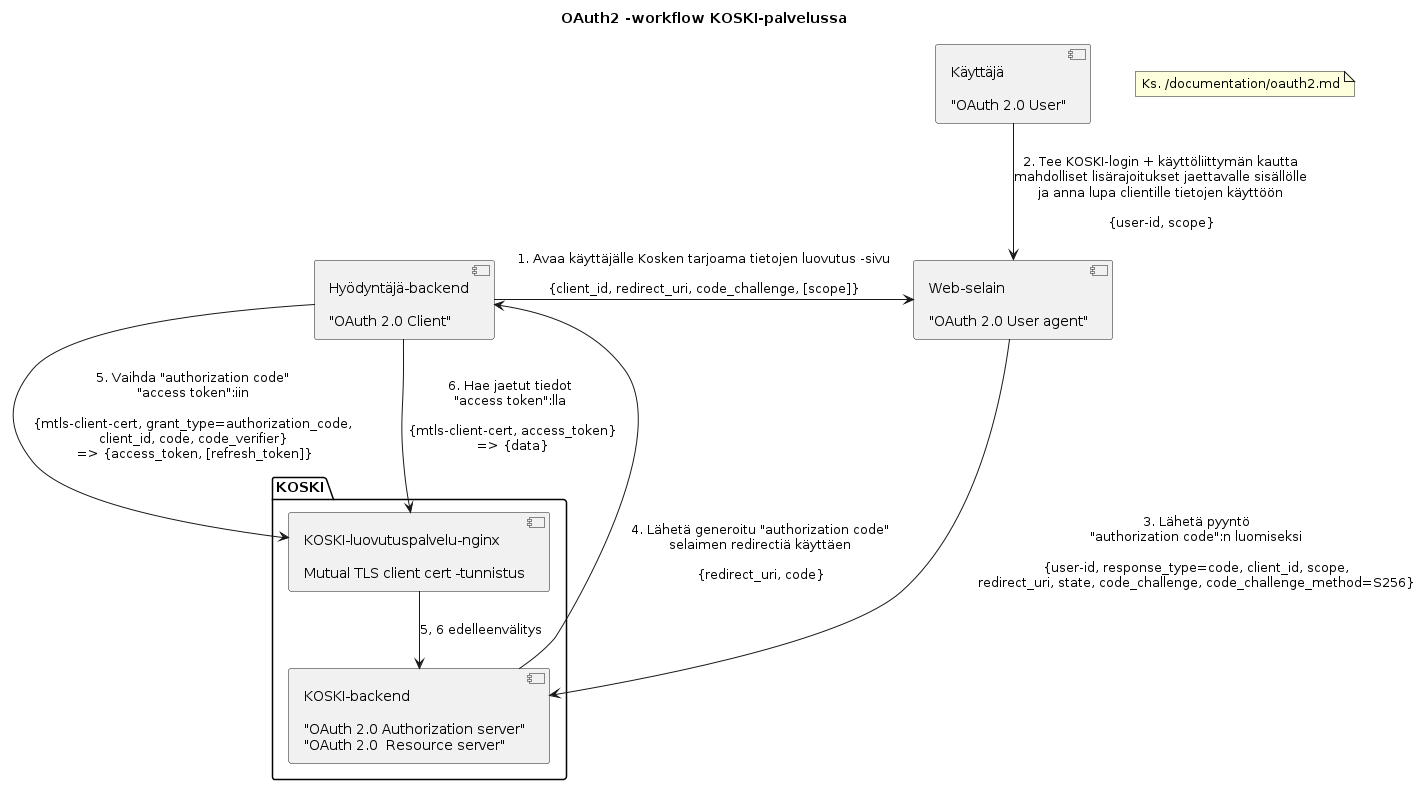
Above: documentation/kuvat/png/oauth2.png in Opetushallitus/koski (PlantUML), before the change. Source of this version:
```plantuml
@startuml
title OAuth2 -workflow KOSKI-palvelussa

Note as intro
 Ks. /documentation/oauth2.md
end note

package KOSKI {

component koski_backend [
  KOSKI-backend

  "OAuth 2.0 Authorization server"
  "OAuth 2.0  Resource server"
]

component luovutuspalvelu [
  KOSKI-luovutuspalvelu-nginx

  Mutual TLS client cert -tunnistus
]

}

component user [
  Käyttäjä

  "OAuth 2.0 User"
]

component user_agent [
  Web-selain

  "OAuth 2.0 User agent"
]

component client [
  Hyödyntäjä-backend

  "OAuth 2.0 Client"
]

luovutuspalvelu -down-> koski_backend : 5, 6 edelleenvälitys

client -> user_agent : 1. Avaa käyttäjälle Kosken tarjoama tietojen luovutus -sivu\n\n{client_id, redirect_uri, code_challenge, [scope]}
user --> user_agent : 2. Tee KOSKI-login + käyttöliittymän kautta\nmahdolliset lisärajoitukset jaettavalle sisällölle\nja anna lupa clientille tietojen käyttöön\n\n{user-id, scope}
user_agent -> koski_backend : 3. Lähetä pyyntö\n"authorization code":n luomiseksi\n\n{user-id, response_type=code, client_id, scope,\nredirect_uri, state, code_challenge, code_challenge_method=S256}
koski_backend --> client : 4. Lähetä generoitu "authorization code"\nselaimen redirectiä käyttäen\n\n{redirect_uri, code}
client --> luovutuspalvelu : 5. Vaihda "authorization code"\n"access token":iin\n\n{mtls-client-cert, grant_type=authorization_code,\nclient_id, code, code_verifier}\n => {access_token, [refresh_token]}
client --> luovutuspalvelu : 6. Hae jaetut tiedot\n"access token":lla\n\n {mtls-client-cert, access_token}\n => {data}

@enduml
```
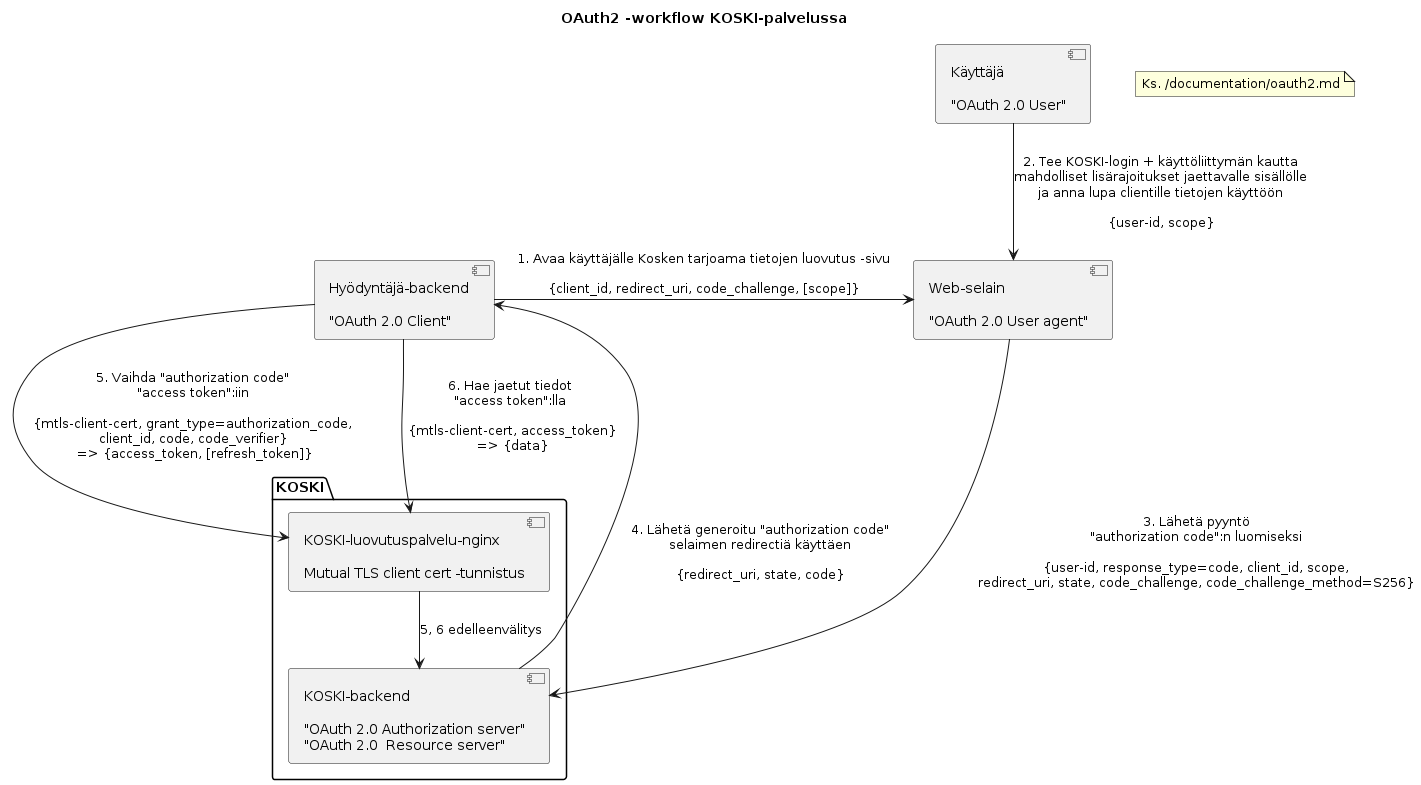
The same file after the commit.

What changed in the source:
```diff
@@ -45,7 +45,7 @@
 client -> user_agent : 1. Avaa käyttäjälle Kosken tarjoama tietojen luovutus -sivu\n\n{client_id, redirect_uri, code_challenge, [scope]}
 user --> user_agent : 2. Tee KOSKI-login + käyttöliittymän kautta\nmahdolliset lisärajoitukset jaettavalle sisällölle\nja anna lupa clientille tietojen käyttöön\n\n{user-id, scope}
 user_agent -> koski_backend : 3. Lähetä pyyntö\n"authorization code":n luomiseksi\n\n{user-id, response_type=code, client_id, scope,\nredirect_uri, state, code_challenge, code_challenge_method=S256}
-koski_backend --> client : 4. Lähetä generoitu "authorization code"\nselaimen redirectiä käyttäen\n\n{redirect_uri, code}
+koski_backend --> client : 4. Lähetä generoitu "authorization code"\nselaimen redirectiä käyttäen\n\n{redirect_uri, state, code}
 client --> luovutuspalvelu : 5. Vaihda "authorization code"\n"access token":iin\n\n{mtls-client-cert, grant_type=authorization_code,\nclient_id, code, code_verifier}\n => {access_token, [refresh_token]}
 client --> luovutuspalvelu : 6. Hae jaetut tiedot\n"access token":lla\n\n {mtls-client-cert, access_token}\n => {data}
 
```
